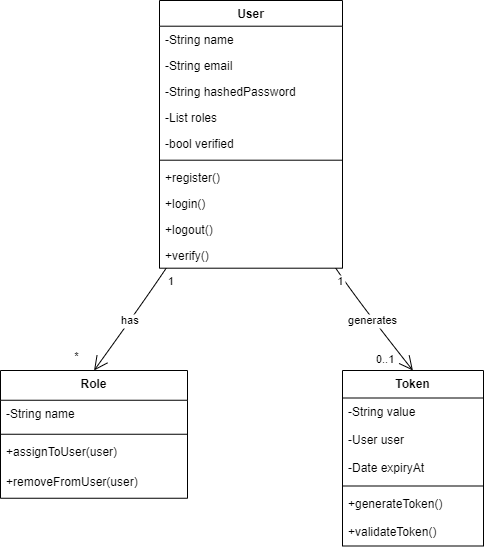
Earlier version of the draw.io export ClassDiagrams/userManagement.png (goelvinay5/WoolfProjectDocumentation). Source tidied: cells renumbered, new cells last; positions are measured from the earlier drawing's top-left corner, leaving out a move shared by most shapes. Its diagram source:
```xml
<mxGraphModel>
  <root>
    <mxCell id="0" />
    <mxCell id="1" parent="0" />
    <mxCell id="2" value="User" style="swimlane;fontStyle=1;align=center;verticalAlign=top;horizontal=1;startSize=25.7;" parent="1" vertex="1">
      <mxGeometry x="159" width="183" height="267.7" as="geometry" />
    </mxCell>
    <mxCell id="3" value="-String name" style="text;strokeColor=none;fillColor=none;align=left;verticalAlign=top;spacingLeft=4;spacingRight=4;overflow=hidden;" parent="2" vertex="1">
      <mxGeometry y="25.7" width="183" height="26" as="geometry" />
    </mxCell>
    <mxCell id="4" value="-String email" style="text;strokeColor=none;fillColor=none;align=left;verticalAlign=top;spacingLeft=4;spacingRight=4;overflow=hidden;" parent="2" vertex="1">
      <mxGeometry y="51.7" width="183" height="26" as="geometry" />
    </mxCell>
    <mxCell id="5" value="-String hashedPassword" style="text;strokeColor=none;fillColor=none;align=left;verticalAlign=top;spacingLeft=4;spacingRight=4;overflow=hidden;" parent="2" vertex="1">
      <mxGeometry y="77.7" width="183" height="26" as="geometry" />
    </mxCell>
    <mxCell id="6" value="-List roles" style="text;strokeColor=none;fillColor=none;align=left;verticalAlign=top;spacingLeft=4;spacingRight=4;overflow=hidden;" parent="2" vertex="1">
      <mxGeometry y="103.7" width="183" height="26" as="geometry" />
    </mxCell>
    <mxCell id="7" value="-bool verified" style="text;strokeColor=none;fillColor=none;align=left;verticalAlign=top;spacingLeft=4;spacingRight=4;overflow=hidden;" parent="2" vertex="1">
      <mxGeometry y="129.7" width="183" height="26" as="geometry" />
    </mxCell>
    <mxCell id="8" style="line;strokeWidth=1;fillColor=none;align=left;verticalAlign=middle;spacingTop=-1;spacingLeft=3;spacingRight=3;labelPosition=right;strokeColor=inherit;" parent="2" vertex="1">
      <mxGeometry y="155.7" width="183" height="8" as="geometry" />
    </mxCell>
    <mxCell id="9" value="+register()" style="text;strokeColor=none;fillColor=none;align=left;verticalAlign=top;spacingLeft=4;spacingRight=4;overflow=hidden;" parent="2" vertex="1">
      <mxGeometry y="163.7" width="183" height="26" as="geometry" />
    </mxCell>
    <mxCell id="10" value="+login()" style="text;strokeColor=none;fillColor=none;align=left;verticalAlign=top;spacingLeft=4;spacingRight=4;overflow=hidden;" parent="2" vertex="1">
      <mxGeometry y="189.7" width="183" height="26" as="geometry" />
    </mxCell>
    <mxCell id="11" value="+logout()" style="text;strokeColor=none;fillColor=none;align=left;verticalAlign=top;spacingLeft=4;spacingRight=4;overflow=hidden;" parent="2" vertex="1">
      <mxGeometry y="215.7" width="183" height="26" as="geometry" />
    </mxCell>
    <mxCell id="12" value="+verify()" style="text;strokeColor=none;fillColor=none;align=left;verticalAlign=top;spacingLeft=4;spacingRight=4;overflow=hidden;" parent="2" vertex="1">
      <mxGeometry y="241.7" width="183" height="26" as="geometry" />
    </mxCell>
    <mxCell id="13" value="Role" style="swimlane;fontStyle=1;align=center;verticalAlign=top;horizontal=1;startSize=29.75;" parent="1" vertex="1">
      <mxGeometry y="370" width="187" height="127.8" as="geometry" />
    </mxCell>
    <mxCell id="14" value="-String name" style="text;strokeColor=none;fillColor=none;align=left;verticalAlign=top;spacingLeft=4;spacingRight=4;overflow=hidden;" parent="13" vertex="1">
      <mxGeometry y="29.8" width="187" height="30" as="geometry" />
    </mxCell>
    <mxCell id="15" style="line;strokeWidth=1;fillColor=none;align=left;verticalAlign=middle;spacingTop=-1;spacingLeft=3;spacingRight=3;labelPosition=right;strokeColor=inherit;" parent="13" vertex="1">
      <mxGeometry y="59.8" width="187" height="8" as="geometry" />
    </mxCell>
    <mxCell id="16" value="+assignToUser(user)" style="text;strokeColor=none;fillColor=none;align=left;verticalAlign=top;spacingLeft=4;spacingRight=4;overflow=hidden;" parent="13" vertex="1">
      <mxGeometry y="67.8" width="187" height="30" as="geometry" />
    </mxCell>
    <mxCell id="17" value="+removeFromUser(user)" style="text;strokeColor=none;fillColor=none;align=left;verticalAlign=top;spacingLeft=4;spacingRight=4;overflow=hidden;" parent="13" vertex="1">
      <mxGeometry y="97.8" width="187" height="30" as="geometry" />
    </mxCell>
    <mxCell id="18" value="Token" style="swimlane;fontStyle=1;align=center;verticalAlign=top;horizontal=1;startSize=27.5;" parent="1" vertex="1">
      <mxGeometry x="342" y="370" width="141" height="175.5" as="geometry" />
    </mxCell>
    <mxCell id="19" value="-String value" style="text;strokeColor=none;fillColor=none;align=left;verticalAlign=top;spacingLeft=4;spacingRight=4;overflow=hidden;" parent="18" vertex="1">
      <mxGeometry y="27.5" width="141" height="28" as="geometry" />
    </mxCell>
    <mxCell id="20" value="-User user" style="text;strokeColor=none;fillColor=none;align=left;verticalAlign=top;spacingLeft=4;spacingRight=4;overflow=hidden;" parent="18" vertex="1">
      <mxGeometry y="55.5" width="141" height="28" as="geometry" />
    </mxCell>
    <mxCell id="21" value="-Date expiryAt" style="text;strokeColor=none;fillColor=none;align=left;verticalAlign=top;spacingLeft=4;spacingRight=4;overflow=hidden;" parent="18" vertex="1">
      <mxGeometry y="83.5" width="141" height="28" as="geometry" />
    </mxCell>
    <mxCell id="22" style="line;strokeWidth=1;fillColor=none;align=left;verticalAlign=middle;spacingTop=-1;spacingLeft=3;spacingRight=3;labelPosition=right;strokeColor=inherit;" parent="18" vertex="1">
      <mxGeometry y="111.5" width="141" height="8" as="geometry" />
    </mxCell>
    <mxCell id="23" value="+generateToken()" style="text;strokeColor=none;fillColor=none;align=left;verticalAlign=top;spacingLeft=4;spacingRight=4;overflow=hidden;" parent="18" vertex="1">
      <mxGeometry y="119.5" width="141" height="28" as="geometry" />
    </mxCell>
    <mxCell id="24" value="+validateToken()" style="text;strokeColor=none;fillColor=none;align=left;verticalAlign=top;spacingLeft=4;spacingRight=4;overflow=hidden;" parent="18" vertex="1">
      <mxGeometry y="147.5" width="141" height="28" as="geometry" />
    </mxCell>
    <mxCell id="25" value="has" style="curved=1;startArrow=none;endArrow=open;endSize=12;exitX=0.03624056318715026;exitY=1;entryX=0.5002297794117647;entryY=0;rounded=0;" parent="1" edge="1" source="2" target="13">
      <mxGeometry relative="1" as="geometry">
        <Array as="points">
          <mxPoint x="144" y="300" />
        </Array>
      </mxGeometry>
    </mxCell>
    <mxCell id="26" value="1" style="edgeLabel;align=left;verticalAlign=top;" parent="25" vertex="1">
      <mxGeometry x="-1" relative="1" as="geometry" />
    </mxCell>
    <mxCell id="27" value="*" style="edgeLabel;align=right;verticalAlign=top;" parent="25" vertex="1">
      <mxGeometry x="1" relative="1" as="geometry">
        <mxPoint x="-14" y="-27" as="offset" />
      </mxGeometry>
    </mxCell>
    <mxCell id="28" value="generates" style="curved=1;startArrow=none;endArrow=open;endSize=12;exitX=0.9633965611297897;exitY=1;entryX=0.49922429078014185;entryY=0;rounded=0;" parent="1" edge="1" source="2" target="18">
      <mxGeometry relative="1" as="geometry">
        <Array as="points">
          <mxPoint x="357" y="300" />
        </Array>
      </mxGeometry>
    </mxCell>
    <mxCell id="29" value="1" style="edgeLabel;align=left;verticalAlign=top;" parent="28" vertex="1">
      <mxGeometry x="-1" relative="1" as="geometry" />
    </mxCell>
    <mxCell id="30" value="0..1" style="edgeLabel;align=right;verticalAlign=top;" parent="28" vertex="1">
      <mxGeometry x="1" relative="1" as="geometry">
        <mxPoint x="-17" y="-24" as="offset" />
      </mxGeometry>
    </mxCell>
  </root>
</mxGraphModel>
```
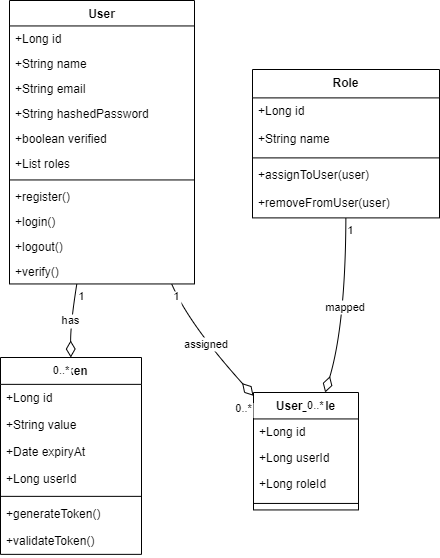
The same file after the commit.

What changed in the source:
```diff
@@ -2,104 +2,137 @@
   <root>
     <mxCell id="0" />
     <mxCell id="1" parent="0" />
-    <mxCell id="2" value="User" style="swimlane;fontStyle=1;align=center;verticalAlign=top;horizontal=1;startSize=25.7;" parent="1" vertex="1">
-      <mxGeometry x="159" width="183" height="267.7" as="geometry" />
+    <mxCell id="2" value="User" style="swimlane;fontStyle=1;align=center;verticalAlign=top;horizontal=1;startSize=25.454545454545453;" parent="1" vertex="1">
+      <mxGeometry x="9" y="20" width="185" height="283.5" as="geometry" />
     </mxCell>
-    <mxCell id="3" value="-String name" style="text;strokeColor=none;fillColor=none;align=left;verticalAlign=top;spacingLeft=4;spacingRight=4;overflow=hidden;" parent="2" vertex="1">
-      <mxGeometry y="25.7" width="183" height="26" as="geometry" />
-    </mxCell>
-    <mxCell id="4" value="-String email" style="text;strokeColor=none;fillColor=none;align=left;verticalAlign=top;spacingLeft=4;spacingRight=4;overflow=hidden;" parent="2" vertex="1">
-      <mxGeometry y="51.7" width="183" height="26" as="geometry" />
-    </mxCell>
-    <mxCell id="5" value="-String hashedPassword" style="text;strokeColor=none;fillColor=none;align=left;verticalAlign=top;spacingLeft=4;spacingRight=4;overflow=hidden;" parent="2" vertex="1">
-      <mxGeometry y="77.7" width="183" height="26" as="geometry" />
-    </mxCell>
-    <mxCell id="6" value="-List roles" style="text;strokeColor=none;fillColor=none;align=left;verticalAlign=top;spacingLeft=4;spacingRight=4;overflow=hidden;" parent="2" vertex="1">
-      <mxGeometry y="103.7" width="183" height="26" as="geometry" />
-    </mxCell>
-    <mxCell id="7" value="-bool verified" style="text;strokeColor=none;fillColor=none;align=left;verticalAlign=top;spacingLeft=4;spacingRight=4;overflow=hidden;" parent="2" vertex="1">
-      <mxGeometry y="129.7" width="183" height="26" as="geometry" />
-    </mxCell>
-    <mxCell id="8" style="line;strokeWidth=1;fillColor=none;align=left;verticalAlign=middle;spacingTop=-1;spacingLeft=3;spacingRight=3;labelPosition=right;strokeColor=inherit;" parent="2" vertex="1">
-      <mxGeometry y="155.7" width="183" height="8" as="geometry" />
-    </mxCell>
+    <mxCell id="31" value="+Long id" style="text;strokeColor=none;fillColor=none;align=left;verticalAlign=top;spacingLeft=4;spacingRight=4;overflow=hidden;" parent="2" vertex="1">
+      <mxGeometry y="25.5" width="185" height="25" as="geometry" />
+    </mxCell>
+    <mxCell id="32" value="+String name" style="text;strokeColor=none;fillColor=none;align=left;verticalAlign=top;spacingLeft=4;spacingRight=4;overflow=hidden;" parent="2" vertex="1">
+      <mxGeometry y="50.5" width="185" height="25" as="geometry" />
+    </mxCell>
+    <mxCell id="33" value="+String email" style="text;strokeColor=none;fillColor=none;align=left;verticalAlign=top;spacingLeft=4;spacingRight=4;overflow=hidden;" parent="2" vertex="1">
+      <mxGeometry y="75.5" width="185" height="25" as="geometry" />
+    </mxCell>
+    <mxCell id="34" value="+String hashedPassword" style="text;strokeColor=none;fillColor=none;align=left;verticalAlign=top;spacingLeft=4;spacingRight=4;overflow=hidden;" parent="2" vertex="1">
+      <mxGeometry y="100.5" width="185" height="25" as="geometry" />
+    </mxCell>
+    <mxCell id="35" value="+boolean verified" style="text;strokeColor=none;fillColor=none;align=left;verticalAlign=top;spacingLeft=4;spacingRight=4;overflow=hidden;" parent="2" vertex="1">
+      <mxGeometry y="125.5" width="185" height="25" as="geometry" />
+    </mxCell>
+    <mxCell id="36" value="+List roles" style="text;strokeColor=none;fillColor=none;align=left;verticalAlign=top;spacingLeft=4;spacingRight=4;overflow=hidden;" parent="2" vertex="1">
+      <mxGeometry y="150.5" width="185" height="25" as="geometry" />
+    </mxCell>
+    <mxCell id="37" style="line;strokeWidth=1;fillColor=none;align=left;verticalAlign=middle;spacingTop=-1;spacingLeft=3;spacingRight=3;labelPosition=right;strokeColor=inherit;" parent="2" vertex="1">
+      <mxGeometry y="175.5" width="185" height="8" as="geometry" />
+    </mxCell>
     <mxCell id="9" value="+register()" style="text;strokeColor=none;fillColor=none;align=left;verticalAlign=top;spacingLeft=4;spacingRight=4;overflow=hidden;" parent="2" vertex="1">
-      <mxGeometry y="163.7" width="183" height="26" as="geometry" />
+      <mxGeometry y="183.5" width="185" height="25" as="geometry" />
     </mxCell>
     <mxCell id="10" value="+login()" style="text;strokeColor=none;fillColor=none;align=left;verticalAlign=top;spacingLeft=4;spacingRight=4;overflow=hidden;" parent="2" vertex="1">
-      <mxGeometry y="189.7" width="183" height="26" as="geometry" />
+      <mxGeometry y="208.5" width="185" height="25" as="geometry" />
     </mxCell>
     <mxCell id="11" value="+logout()" style="text;strokeColor=none;fillColor=none;align=left;verticalAlign=top;spacingLeft=4;spacingRight=4;overflow=hidden;" parent="2" vertex="1">
-      <mxGeometry y="215.7" width="183" height="26" as="geometry" />
+      <mxGeometry y="233.5" width="185" height="25" as="geometry" />
     </mxCell>
     <mxCell id="12" value="+verify()" style="text;strokeColor=none;fillColor=none;align=left;verticalAlign=top;spacingLeft=4;spacingRight=4;overflow=hidden;" parent="2" vertex="1">
-      <mxGeometry y="241.7" width="183" height="26" as="geometry" />
+      <mxGeometry y="258.5" width="185" height="25" as="geometry" />
     </mxCell>
-    <mxCell id="13" value="Role" style="swimlane;fontStyle=1;align=center;verticalAlign=top;horizontal=1;startSize=29.75;" parent="1" vertex="1">
-      <mxGeometry y="370" width="187" height="127.8" as="geometry" />
+    <mxCell id="13" value="Role" style="swimlane;fontStyle=1;align=center;verticalAlign=top;horizontal=1;startSize=28.4;" parent="1" vertex="1">
+      <mxGeometry x="252" y="89" width="187" height="148.4" as="geometry" />
     </mxCell>
-    <mxCell id="14" value="-String name" style="text;strokeColor=none;fillColor=none;align=left;verticalAlign=top;spacingLeft=4;spacingRight=4;overflow=hidden;" parent="13" vertex="1">
-      <mxGeometry y="29.8" width="187" height="30" as="geometry" />
-    </mxCell>
-    <mxCell id="15" style="line;strokeWidth=1;fillColor=none;align=left;verticalAlign=middle;spacingTop=-1;spacingLeft=3;spacingRight=3;labelPosition=right;strokeColor=inherit;" parent="13" vertex="1">
-      <mxGeometry y="59.8" width="187" height="8" as="geometry" />
-    </mxCell>
+    <mxCell id="38" value="+Long id" style="text;strokeColor=none;fillColor=none;align=left;verticalAlign=top;spacingLeft=4;spacingRight=4;overflow=hidden;" parent="13" vertex="1">
+      <mxGeometry y="28.4" width="187" height="28" as="geometry" />
+    </mxCell>
+    <mxCell id="39" value="+String name" style="text;strokeColor=none;fillColor=none;align=left;verticalAlign=top;spacingLeft=4;spacingRight=4;overflow=hidden;" parent="13" vertex="1">
+      <mxGeometry y="56.4" width="187" height="28" as="geometry" />
+    </mxCell>
+    <mxCell id="40" style="line;strokeWidth=1;fillColor=none;align=left;verticalAlign=middle;spacingTop=-1;spacingLeft=3;spacingRight=3;labelPosition=right;strokeColor=inherit;" parent="13" vertex="1">
+      <mxGeometry y="84.4" width="187" height="8" as="geometry" />
+    </mxCell>
     <mxCell id="16" value="+assignToUser(user)" style="text;strokeColor=none;fillColor=none;align=left;verticalAlign=top;spacingLeft=4;spacingRight=4;overflow=hidden;" parent="13" vertex="1">
-      <mxGeometry y="67.8" width="187" height="30" as="geometry" />
+      <mxGeometry y="92.4" width="187" height="28" as="geometry" />
     </mxCell>
     <mxCell id="17" value="+removeFromUser(user)" style="text;strokeColor=none;fillColor=none;align=left;verticalAlign=top;spacingLeft=4;spacingRight=4;overflow=hidden;" parent="13" vertex="1">
-      <mxGeometry y="97.8" width="187" height="30" as="geometry" />
+      <mxGeometry y="120.4" width="187" height="28" as="geometry" />
     </mxCell>
-    <mxCell id="18" value="Token" style="swimlane;fontStyle=1;align=center;verticalAlign=top;horizontal=1;startSize=27.5;" parent="1" vertex="1">
-      <mxGeometry x="342" y="370" width="141" height="175.5" as="geometry" />
+    <mxCell id="18" value="Token" style="swimlane;fontStyle=1;align=center;verticalAlign=top;horizontal=1;startSize=26.857142857142858;" parent="1" vertex="1">
+      <mxGeometry y="377" width="141" height="196.9" as="geometry" />
     </mxCell>
-    <mxCell id="19" value="-String value" style="text;strokeColor=none;fillColor=none;align=left;verticalAlign=top;spacingLeft=4;spacingRight=4;overflow=hidden;" parent="18" vertex="1">
-      <mxGeometry y="27.5" width="141" height="28" as="geometry" />
-    </mxCell>
-    <mxCell id="20" value="-User user" style="text;strokeColor=none;fillColor=none;align=left;verticalAlign=top;spacingLeft=4;spacingRight=4;overflow=hidden;" parent="18" vertex="1">
-      <mxGeometry y="55.5" width="141" height="28" as="geometry" />
-    </mxCell>
-    <mxCell id="21" value="-Date expiryAt" style="text;strokeColor=none;fillColor=none;align=left;verticalAlign=top;spacingLeft=4;spacingRight=4;overflow=hidden;" parent="18" vertex="1">
-      <mxGeometry y="83.5" width="141" height="28" as="geometry" />
-    </mxCell>
-    <mxCell id="22" style="line;strokeWidth=1;fillColor=none;align=left;verticalAlign=middle;spacingTop=-1;spacingLeft=3;spacingRight=3;labelPosition=right;strokeColor=inherit;" parent="18" vertex="1">
-      <mxGeometry y="111.5" width="141" height="8" as="geometry" />
-    </mxCell>
+    <mxCell id="41" value="+Long id" style="text;strokeColor=none;fillColor=none;align=left;verticalAlign=top;spacingLeft=4;spacingRight=4;overflow=hidden;" parent="18" vertex="1">
+      <mxGeometry y="26.9" width="141" height="27" as="geometry" />
+    </mxCell>
+    <mxCell id="42" value="+String value" style="text;strokeColor=none;fillColor=none;align=left;verticalAlign=top;spacingLeft=4;spacingRight=4;overflow=hidden;" parent="18" vertex="1">
+      <mxGeometry y="53.9" width="141" height="27" as="geometry" />
+    </mxCell>
+    <mxCell id="43" value="+Date expiryAt" style="text;strokeColor=none;fillColor=none;align=left;verticalAlign=top;spacingLeft=4;spacingRight=4;overflow=hidden;" parent="18" vertex="1">
+      <mxGeometry y="80.9" width="141" height="27" as="geometry" />
+    </mxCell>
+    <mxCell id="44" value="+Long userId" style="text;strokeColor=none;fillColor=none;align=left;verticalAlign=top;spacingLeft=4;spacingRight=4;overflow=hidden;" parent="18" vertex="1">
+      <mxGeometry y="107.9" width="141" height="27" as="geometry" />
+    </mxCell>
+    <mxCell id="45" style="line;strokeWidth=1;fillColor=none;align=left;verticalAlign=middle;spacingTop=-1;spacingLeft=3;spacingRight=3;labelPosition=right;strokeColor=inherit;" parent="18" vertex="1">
+      <mxGeometry y="134.9" width="141" height="8" as="geometry" />
+    </mxCell>
     <mxCell id="23" value="+generateToken()" style="text;strokeColor=none;fillColor=none;align=left;verticalAlign=top;spacingLeft=4;spacingRight=4;overflow=hidden;" parent="18" vertex="1">
-      <mxGeometry y="119.5" width="141" height="28" as="geometry" />
+      <mxGeometry y="142.9" width="141" height="27" as="geometry" />
     </mxCell>
     <mxCell id="24" value="+validateToken()" style="text;strokeColor=none;fillColor=none;align=left;verticalAlign=top;spacingLeft=4;spacingRight=4;overflow=hidden;" parent="18" vertex="1">
-      <mxGeometry y="147.5" width="141" height="28" as="geometry" />
+      <mxGeometry y="169.9" width="141" height="27" as="geometry" />
     </mxCell>
+    <mxCell id="46" value="User_Role" style="swimlane;fontStyle=1;align=center;verticalAlign=top;horizontal=1;startSize=26.444444444444443;" parent="1" vertex="1">
+      <mxGeometry x="253" y="412" width="105" height="117.4" as="geometry" />
+    </mxCell>
+    <mxCell id="47" value="+Long id" style="text;strokeColor=none;fillColor=none;align=left;verticalAlign=top;spacingLeft=4;spacingRight=4;overflow=hidden;" parent="46" vertex="1">
+      <mxGeometry y="26.4" width="105" height="26" as="geometry" />
+    </mxCell>
+    <mxCell id="48" value="+Long userId" style="text;strokeColor=none;fillColor=none;align=left;verticalAlign=top;spacingLeft=4;spacingRight=4;overflow=hidden;" parent="46" vertex="1">
+      <mxGeometry y="52.4" width="105" height="26" as="geometry" />
+    </mxCell>
+    <mxCell id="49" value="+Long roleId" style="text;strokeColor=none;fillColor=none;align=left;verticalAlign=top;spacingLeft=4;spacingRight=4;overflow=hidden;" parent="46" vertex="1">
+      <mxGeometry y="78.4" width="105" height="26" as="geometry" />
+    </mxCell>
+    <mxCell id="50" style="line;strokeWidth=1;fillColor=none;align=left;verticalAlign=middle;spacingTop=-1;spacingLeft=3;spacingRight=3;labelPosition=right;strokeColor=inherit;" parent="46" vertex="1">
+      <mxGeometry y="104.4" width="105" height="13" as="geometry" />
+    </mxCell>
-    <mxCell id="25" value="has" style="curved=1;startArrow=none;endArrow=open;endSize=12;exitX=0.03624056318715026;exitY=1;entryX=0.5002297794117647;entryY=0;rounded=0;" parent="1" edge="1" source="2" target="13">
+    <mxCell id="25" value="has" style="curved=1;startArrow=none;endArrow=diamondThin;endSize=14;endFill=0;exitX=0.36391265543379514;exitY=1;entryX=0.498614804964539;entryY=0;rounded=0;" parent="1" edge="1" source="2" target="18">
       <mxGeometry relative="1" as="geometry">
         <Array as="points">
-          <mxPoint x="144" y="300" />
+          <mxPoint x="70" y="343" />
         </Array>
       </mxGeometry>
     </mxCell>
-    <mxCell id="26" value="1" style="edgeLabel;align=left;verticalAlign=top;" parent="25" vertex="1">
-      <mxGeometry x="-1" relative="1" as="geometry" />
-    </mxCell>
-    <mxCell id="27" value="*" style="edgeLabel;align=right;verticalAlign=top;" parent="25" vertex="1">
-      <mxGeometry x="1" relative="1" as="geometry">
-        <mxPoint x="-14" y="-27" as="offset" />
-      </mxGeometry>
-    </mxCell>
-    <mxCell id="28" value="generates" style="curved=1;startArrow=none;endArrow=open;endSize=12;exitX=0.9633965611297897;exitY=1;entryX=0.49922429078014185;entryY=0;rounded=0;" parent="1" edge="1" source="2" target="18">
-      <mxGeometry relative="1" as="geometry">
-        <Array as="points">
-          <mxPoint x="357" y="300" />
-        </Array>
-      </mxGeometry>
-    </mxCell>
-    <mxCell id="29" value="1" style="edgeLabel;align=left;verticalAlign=top;" parent="28" vertex="1">
-      <mxGeometry x="-1" relative="1" as="geometry" />
-    </mxCell>
-    <mxCell id="30" value="0..1" style="edgeLabel;align=right;verticalAlign=top;" parent="28" vertex="1">
-      <mxGeometry x="1" relative="1" as="geometry">
-        <mxPoint x="-17" y="-24" as="offset" />
-      </mxGeometry>
-    </mxCell>
+    <mxCell id="51" value="1" style="edgeLabel;align=left;verticalAlign=top;" parent="25" vertex="1">
+      <mxGeometry x="-1" relative="1" as="geometry" />
+    </mxCell>
+    <mxCell id="52" value="0..*" style="edgeLabel;align=right;verticalAlign=top;" parent="25" vertex="1">
+      <mxGeometry x="1" relative="1" as="geometry" />
+    </mxCell>
+    <mxCell id="53" value="assigned" style="curved=1;startArrow=none;endArrow=diamondThin;endSize=14;endFill=0;exitX=0.8768015947933226;exitY=1;entryX=0.002976190476190476;entryY=0.030740504575955643;rounded=0;" parent="1" edge="1" source="2" target="46">
+      <mxGeometry relative="1" as="geometry">
+        <Array as="points">
+          <mxPoint x="188" y="343" />
+        </Array>
+      </mxGeometry>
+    </mxCell>
+    <mxCell id="54" value="1" style="edgeLabel;align=left;verticalAlign=top;" parent="53" vertex="1">
+      <mxGeometry x="-1" relative="1" as="geometry" />
+    </mxCell>
+    <mxCell id="55" value="0..*" style="edgeLabel;align=right;verticalAlign=top;" parent="53" vertex="1">
+      <mxGeometry x="1" relative="1" as="geometry" />
+    </mxCell>
+    <mxCell id="56" value="mapped" style="curved=1;startArrow=none;endArrow=diamondThin;endSize=14;endFill=0;exitX=0.49932110628342247;exitY=1;entryX=0.6842568648921835;entryY=-0.003937007874015748;rounded=0;" parent="1" edge="1" source="13" target="46">
+      <mxGeometry relative="1" as="geometry">
+        <Array as="points">
+          <mxPoint x="345" y="343" />
+        </Array>
+      </mxGeometry>
+    </mxCell>
+    <mxCell id="57" value="1" style="edgeLabel;align=left;verticalAlign=top;" parent="56" vertex="1">
+      <mxGeometry x="-1" relative="1" as="geometry" />
+    </mxCell>
+    <mxCell id="58" value="0..*" style="edgeLabel;align=right;verticalAlign=top;" parent="56" vertex="1">
+      <mxGeometry x="1" relative="1" as="geometry" />
+    </mxCell>
   </root>
 </mxGraphModel>
```
